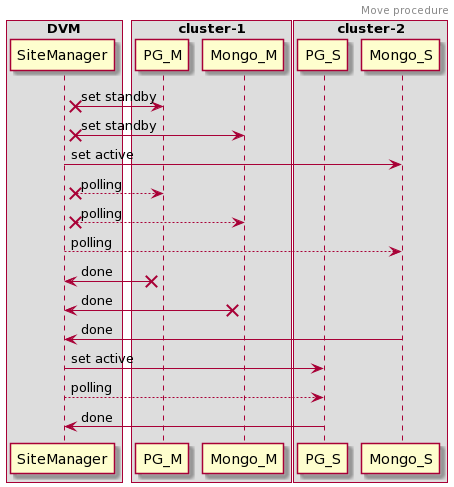
Earlier version of the PlantUML export documentation/images/site-manager_diagram_failover.png (Netcracker/DRNavigator).
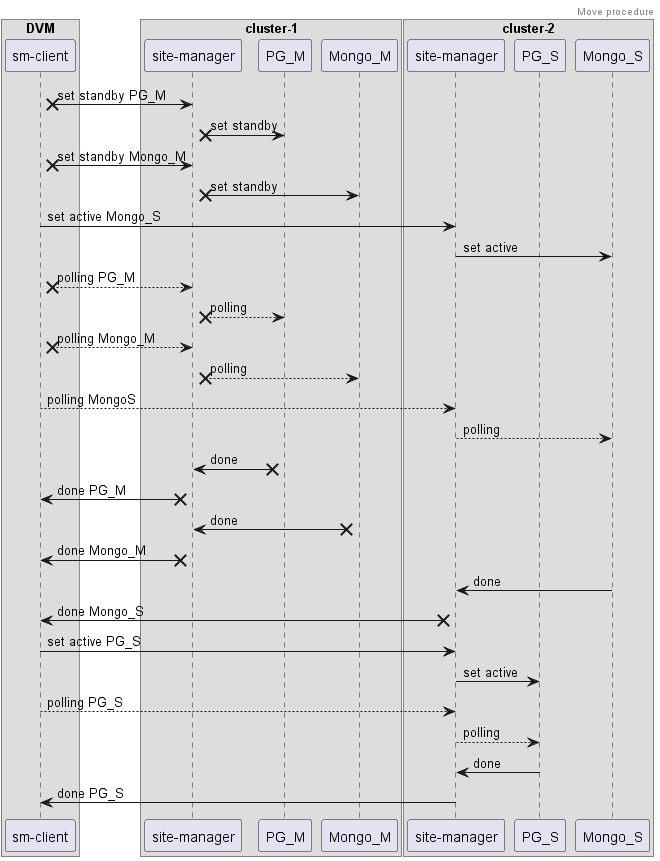
The same diagram one commit later.

Diff of the diagram source:
```diff
@@ -2,32 +2,46 @@
 header Move procedure
 
 box "DVM"
-participant SiteManager
+participant "sm-client" as smClient
 end box
 
 box "cluster-1"
+participant "site-manager" as SiteManager1
 participant PG_M
 participant Mongo_M
 end box
 
 box "cluster-2"
+participant "site-manager" as SiteManager2
 participant PG_S
 participant Mongo_S
 end box
 
-SiteManager x-> PG_M : set standby
-SiteManager x-> Mongo_M : set standby
-SiteManager -> Mongo_S : set active
+smClient  x-> SiteManager1 : set standby PG_M
+SiteManager1 x-> PG_M : set standby
+smClient  x-> SiteManager1 : set standby Mongo_M
+SiteManager1 x-> Mongo_M : set standby
+smClient -> SiteManager2 : set active Mongo_S
+SiteManager2 -> Mongo_S : set active
 
-SiteManager x--> PG_M : polling
-SiteManager x--> Mongo_M : polling
-SiteManager --> Mongo_S : polling
+smClient x--> SiteManager1 : polling PG_M
+SiteManager1 x--> PG_M : polling
+smClient x--> SiteManager1 : polling Mongo_M
+SiteManager1 x--> Mongo_M : polling
+smClient --> SiteManager2 : polling MongoS
+SiteManager2 --> Mongo_S : polling
 
-PG_M x-> SiteManager : done
-Mongo_M x-> SiteManager : done
-Mongo_S -> SiteManager : done
+PG_M x-> SiteManager1 : done
+SiteManager1 x-> smClient : done PG_M
+Mongo_M x-> SiteManager1 : done
+SiteManager1 x-> smClient : done Mongo_M
+Mongo_S -> SiteManager2 : done
+SiteManager2 x-> smClient : done Mongo_S
 
-SiteManager -> PG_S : set active
-SiteManager --> PG_S : polling
-PG_S -> SiteManager : done
+smClient  -> SiteManager2 : set active PG_S
+SiteManager2 -> PG_S : set active
+smClient  --> SiteManager2 : polling PG_S
+SiteManager2 --> PG_S : polling
+PG_S -> SiteManager2 : done
+SiteManager2 -> smClient : done PG_S
 @enduml
```
